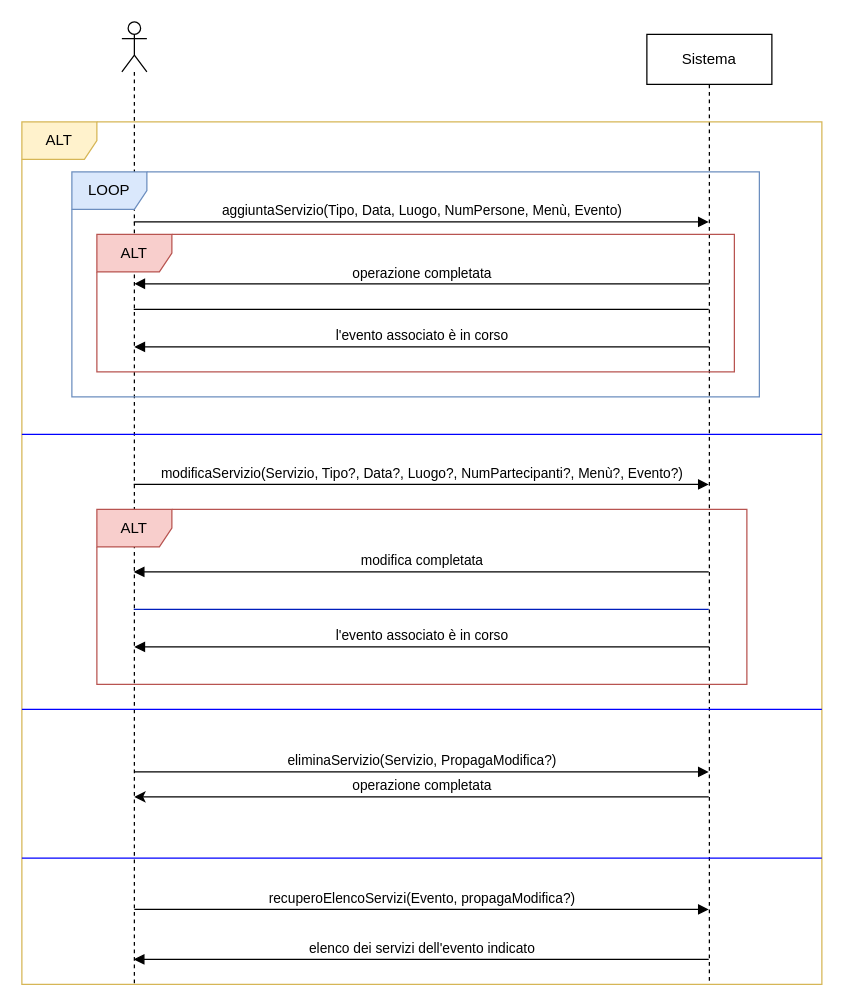
Before: Requisiti/SSD/SSD_Estensione_2.drawio in Giacca01/CateRingProject, a draw.io diagram. Source tidied: cells renumbered, new cells numbered last; positions are measured from the earlier drawing's top-left corner, leaving out a move shared by most shapes. Both pictures are drawn from the tidied source at 125%, with x=0, y=0 at pixel (21, 21).
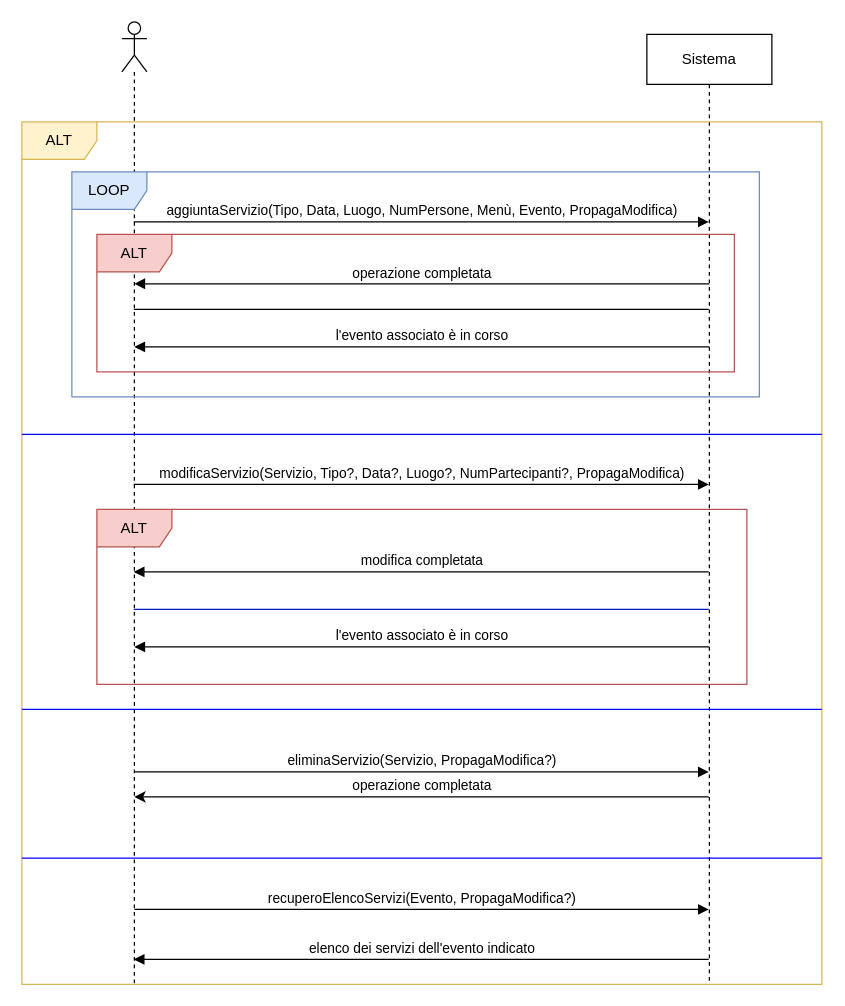
The same page after the edit.

The change refers to these unchanged cells:
```xml
<mxCell id="2" style="shape=umlLifeline;perimeter=lifelinePerimeter;whiteSpace=wrap;html=1;outlineConnect=0;portConstraint=eastwest;newEdgeStyle={&quot;edgeStyle&quot;:&quot;elbowEdgeStyle&quot;,&quot;elbow&quot;:&quot;vertical&quot;,&quot;curved&quot;:0,&quot;rounded&quot;:0};participant=umlActor;" parent="1" vertex="1">
  <mxGeometry x="80" width="20" height="770" as="geometry" />
</mxCell>
<mxCell id="3" value="Sistema" style="shape=umlLifeline;perimeter=lifelinePerimeter;whiteSpace=wrap;html=1;outlineConnect=0;portConstraint=eastwest;newEdgeStyle={&quot;edgeStyle&quot;:&quot;elbowEdgeStyle&quot;,&quot;elbow&quot;:&quot;vertical&quot;,&quot;curved&quot;:0,&quot;rounded&quot;:0};" parent="1" vertex="1">
  <mxGeometry x="500" y="10" width="100" height="760" as="geometry" />
</mxCell>
<mxCell id="6" style="group;" parent="1" vertex="1">
  <mxGeometry x="40" y="120" width="550" height="410" as="geometry" />
</mxCell>
<mxCell id="13" style="group;" parent="6" vertex="1">
  <mxGeometry x="20" y="250" width="520" height="160" as="geometry" />
</mxCell>
```

The edit, as a diff of the source:
```diff
@@
-    <mxCell id="9" value="aggiuntaServizio(Tipo, Data, Luogo, NumPersone, Menù, Evento)" style="html=1;verticalAlign=bottom;endArrow=block;edgeStyle=elbowEdgeStyle;elbow=vertical;curved=0;rounded=0;" parent="6" edge="1" source="2" target="3">
+    <mxCell id="9" value="aggiuntaServizio(Tipo, Data, Luogo, NumPersone, Menù, Evento, PropagaModifica)" style="html=1;verticalAlign=bottom;endArrow=block;edgeStyle=elbowEdgeStyle;elbow=vertical;curved=0;rounded=0;" parent="6" edge="1" source="2" target="3">
       <mxGeometry relative="1" as="geometry">
         <Array as="points">
           <mxPoint x="340" y="40" />
           <mxPoint x="140" y="268.2" />
           <mxPoint x="300" y="246.2" />
           <mxPoint x="231.1" y="290.2" />
         </Array>
       </mxGeometry>
     </mxCell>
@@
-    <mxCell id="14" value="modificaServizio(Servizio, Tipo?, Data?, Luogo?, NumPartecipanti?, Menù?, Evento?)" style="html=1;verticalAlign=bottom;endArrow=block;edgeStyle=elbowEdgeStyle;elbow=vertical;curved=0;rounded=0;" parent="13" edge="1" source="2" target="3">
+    <mxCell id="14" value="modificaServizio(Servizio, Tipo?, Data?, Luogo?, NumPartecipanti?, PropagaModifica)" style="html=1;verticalAlign=bottom;endArrow=block;edgeStyle=elbowEdgeStyle;elbow=vertical;curved=0;rounded=0;" parent="13" edge="1" source="2" target="3">
       <mxGeometry relative="1" as="geometry">
         <Array as="points">
           <mxPoint x="260" />
         </Array>
       </mxGeometry>
     </mxCell>
@@
-    <mxCell id="24" value="recuperoElencoServizi(Evento, propagaModifica?)" style="html=1;verticalAlign=bottom;endArrow=block;edgeStyle=elbowEdgeStyle;elbow=vertical;curved=0;rounded=0;" parent="1" edge="1" target="3">
+    <mxCell id="24" value="recuperoElencoServizi(Evento, PropagaModifica?)" style="html=1;verticalAlign=bottom;endArrow=block;edgeStyle=elbowEdgeStyle;elbow=vertical;curved=0;rounded=0;" parent="1" edge="1" target="3">
       <mxGeometry relative="1" as="geometry">
         <mxPoint x="90" y="710" as="sourcePoint" />
       </mxGeometry>
     </mxCell>
```
